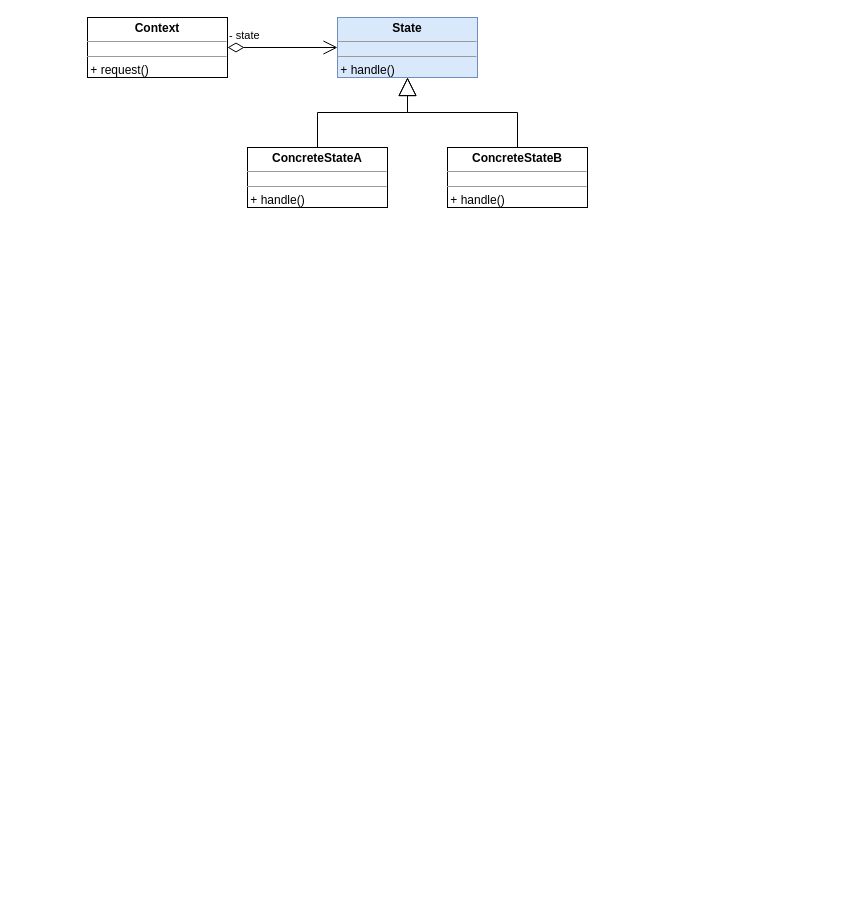
Before: 状态模式.drawio in cxy-abing/designerMethod, a draw.io diagram. Source tidied: cells renumbered, new cells numbered last; positions are measured from the earlier drawing's top-left corner, leaving out a move shared by most shapes. Both pictures are drawn from the tidied source at 100%, with x=0, y=0 at pixel (87, 17).
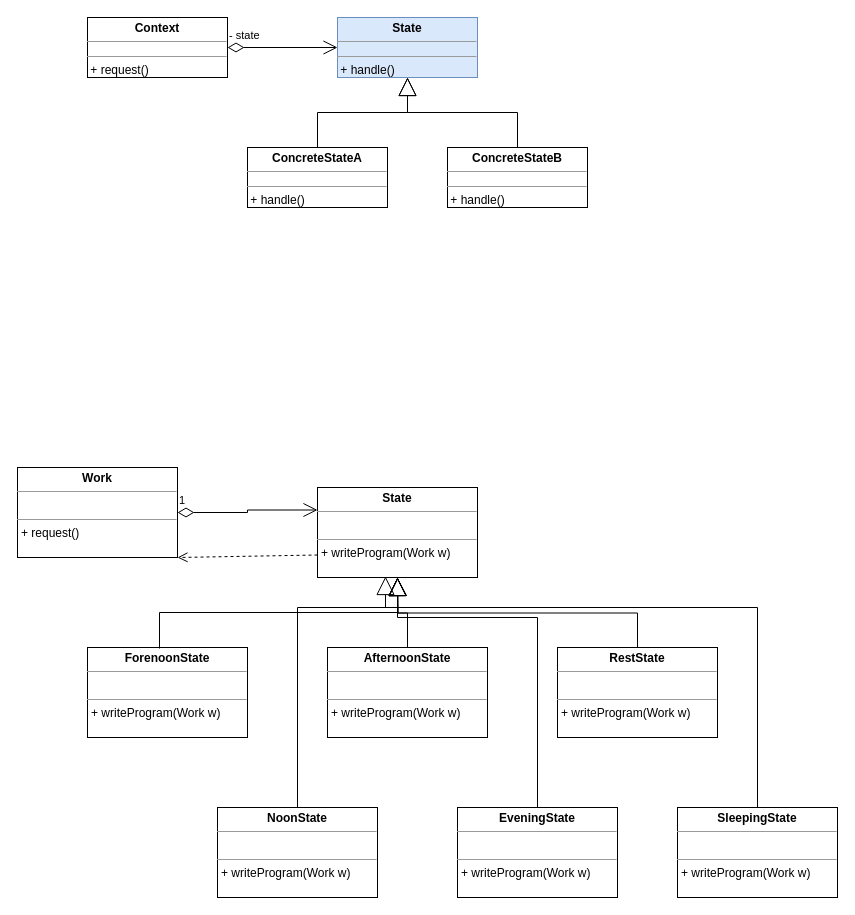
Above is the later version.

Commit message (it also covers changes not shown here):
更新状态模式.drawio

Change to the diagram source:
```diff
@@
+    <mxCell id="9" value="&lt;p style=&quot;margin:0px;margin-top:4px;text-align:center;&quot;&gt;&lt;b&gt;Work&lt;/b&gt;&lt;/p&gt;&lt;hr size=&quot;1&quot;&gt;&lt;p style=&quot;margin:0px;margin-left:4px;&quot;&gt;&lt;br&gt;&lt;/p&gt;&lt;hr size=&quot;1&quot;&gt;&lt;p style=&quot;margin:0px;margin-left:4px;&quot;&gt;+ request()&lt;/p&gt;" style="verticalAlign=top;align=left;overflow=fill;fontSize=12;fontFamily=Helvetica;html=1;whiteSpace=wrap;" parent="1" vertex="1">
+      <mxGeometry x="-70" y="450" width="160" height="90" as="geometry" />
+    </mxCell>
+    <mxCell id="10" value="&lt;p style=&quot;margin:0px;margin-top:4px;text-align:center;&quot;&gt;&lt;b&gt;State&lt;/b&gt;&lt;/p&gt;&lt;hr size=&quot;1&quot;&gt;&lt;p style=&quot;margin:0px;margin-left:4px;&quot;&gt;&lt;br&gt;&lt;/p&gt;&lt;hr size=&quot;1&quot;&gt;&lt;p style=&quot;margin:0px;margin-left:4px;&quot;&gt;+ writeProgram(Work w)&lt;/p&gt;" style="verticalAlign=top;align=left;overflow=fill;fontSize=12;fontFamily=Helvetica;html=1;whiteSpace=wrap;" parent="1" vertex="1">
+      <mxGeometry x="230" y="470" width="160" height="90" as="geometry" />
+    </mxCell>
+    <mxCell id="11" value="&lt;p style=&quot;margin:0px;margin-top:4px;text-align:center;&quot;&gt;&lt;b&gt;ForenoonState&lt;/b&gt;&lt;/p&gt;&lt;hr size=&quot;1&quot;&gt;&lt;p style=&quot;margin:0px;margin-left:4px;&quot;&gt;&lt;br&gt;&lt;/p&gt;&lt;hr size=&quot;1&quot;&gt;&lt;p style=&quot;margin:0px;margin-left:4px;&quot;&gt;+ writeProgram(Work w)&lt;/p&gt;" style="verticalAlign=top;align=left;overflow=fill;fontSize=12;fontFamily=Helvetica;html=1;whiteSpace=wrap;" parent="1" vertex="1">
+      <mxGeometry y="630" width="160" height="90" as="geometry" />
+    </mxCell>
+    <mxCell id="12" value="&lt;p style=&quot;margin:0px;margin-top:4px;text-align:center;&quot;&gt;&lt;b&gt;AfternoonState&lt;/b&gt;&lt;/p&gt;&lt;hr size=&quot;1&quot;&gt;&lt;p style=&quot;margin:0px;margin-left:4px;&quot;&gt;&lt;br&gt;&lt;/p&gt;&lt;hr size=&quot;1&quot;&gt;&lt;p style=&quot;margin:0px;margin-left:4px;&quot;&gt;+ writeProgram(Work w)&lt;/p&gt;" style="verticalAlign=top;align=left;overflow=fill;fontSize=12;fontFamily=Helvetica;html=1;whiteSpace=wrap;" parent="1" vertex="1">
+      <mxGeometry x="240" y="630" width="160" height="90" as="geometry" />
+    </mxCell>
+    <mxCell id="13" value="&lt;p style=&quot;margin:0px;margin-top:4px;text-align:center;&quot;&gt;&lt;b&gt;RestState&lt;/b&gt;&lt;/p&gt;&lt;hr size=&quot;1&quot;&gt;&lt;p style=&quot;margin:0px;margin-left:4px;&quot;&gt;&lt;br&gt;&lt;/p&gt;&lt;hr size=&quot;1&quot;&gt;&lt;p style=&quot;margin:0px;margin-left:4px;&quot;&gt;+ writeProgram(Work w)&lt;/p&gt;" style="verticalAlign=top;align=left;overflow=fill;fontSize=12;fontFamily=Helvetica;html=1;whiteSpace=wrap;" parent="1" vertex="1">
+      <mxGeometry x="470" y="630" width="160" height="90" as="geometry" />
+    </mxCell>
+    <mxCell id="14" value="&lt;p style=&quot;margin:0px;margin-top:4px;text-align:center;&quot;&gt;&lt;b&gt;NoonState&lt;/b&gt;&lt;/p&gt;&lt;hr size=&quot;1&quot;&gt;&lt;p style=&quot;margin:0px;margin-left:4px;&quot;&gt;&lt;br&gt;&lt;/p&gt;&lt;hr size=&quot;1&quot;&gt;&lt;p style=&quot;margin:0px;margin-left:4px;&quot;&gt;+ writeProgram(Work w)&lt;/p&gt;" style="verticalAlign=top;align=left;overflow=fill;fontSize=12;fontFamily=Helvetica;html=1;whiteSpace=wrap;" parent="1" vertex="1">
+      <mxGeometry x="130" y="790" width="160" height="90" as="geometry" />
+    </mxCell>
+    <mxCell id="15" value="&lt;p style=&quot;margin:0px;margin-top:4px;text-align:center;&quot;&gt;&lt;b&gt;EveningState&lt;/b&gt;&lt;/p&gt;&lt;hr size=&quot;1&quot;&gt;&lt;p style=&quot;margin:0px;margin-left:4px;&quot;&gt;&lt;br&gt;&lt;/p&gt;&lt;hr size=&quot;1&quot;&gt;&lt;p style=&quot;margin:0px;margin-left:4px;&quot;&gt;+ writeProgram(Work w)&lt;/p&gt;" style="verticalAlign=top;align=left;overflow=fill;fontSize=12;fontFamily=Helvetica;html=1;whiteSpace=wrap;" parent="1" vertex="1">
+      <mxGeometry x="370" y="790" width="160" height="90" as="geometry" />
+    </mxCell>
+    <mxCell id="16" value="&lt;p style=&quot;margin:0px;margin-top:4px;text-align:center;&quot;&gt;&lt;b&gt;SleepingState&lt;/b&gt;&lt;/p&gt;&lt;hr size=&quot;1&quot;&gt;&lt;p style=&quot;margin:0px;margin-left:4px;&quot;&gt;&lt;br&gt;&lt;/p&gt;&lt;hr size=&quot;1&quot;&gt;&lt;p style=&quot;margin:0px;margin-left:4px;&quot;&gt;+ writeProgram(Work w)&lt;/p&gt;" style="verticalAlign=top;align=left;overflow=fill;fontSize=12;fontFamily=Helvetica;html=1;whiteSpace=wrap;" parent="1" vertex="1">
+      <mxGeometry x="590" y="790" width="160" height="90" as="geometry" />
+    </mxCell>
+    <mxCell id="17" value="1" style="endArrow=open;html=1;endSize=12;startArrow=diamondThin;startSize=14;startFill=0;edgeStyle=orthogonalEdgeStyle;align=left;verticalAlign=bottom;rounded=0;exitX=1;exitY=0.5;exitDx=0;exitDy=0;entryX=0;entryY=0.25;entryDx=0;entryDy=0;" parent="1" edge="1" source="9" target="10">
+      <mxGeometry x="-1" y="3" relative="1" as="geometry" />
+    </mxCell>
+    <mxCell id="18" style="html=1;verticalAlign=bottom;endArrow=open;dashed=1;endSize=8;curved=0;rounded=0;exitX=0;exitY=0.75;exitDx=0;exitDy=0;entryX=1;entryY=1;entryDx=0;entryDy=0;" parent="1" edge="1" source="10" target="9">
+      <mxGeometry relative="1" as="geometry" />
+    </mxCell>
+    <mxCell id="19" style="endArrow=block;endSize=16;endFill=0;html=1;rounded=0;exitX=0.45;exitY=0.011;exitDx=0;exitDy=0;exitPerimeter=0;entryX=0.5;entryY=1;entryDx=0;entryDy=0;edgeStyle=orthogonalEdgeStyle;" parent="1" edge="1" source="11" target="10">
+      <mxGeometry relative="1" as="geometry" />
+    </mxCell>
+    <mxCell id="20" style="endArrow=block;endSize=16;endFill=0;html=1;rounded=0;edgeStyle=orthogonalEdgeStyle;exitX=0.5;exitY=0;exitDx=0;exitDy=0;" parent="1" edge="1" source="12">
+      <mxGeometry relative="1" as="geometry">
+        <mxPoint x="310" y="560" as="targetPoint" />
+      </mxGeometry>
+    </mxCell>
+    <mxCell id="21" style="endArrow=block;endSize=16;endFill=0;html=1;rounded=0;edgeStyle=orthogonalEdgeStyle;exitX=0.5;exitY=0;exitDx=0;exitDy=0;" parent="1" edge="1" source="13">
+      <mxGeometry relative="1" as="geometry">
+        <mxPoint x="310" y="560" as="targetPoint" />
+      </mxGeometry>
+    </mxCell>
+    <mxCell id="22" style="endArrow=block;endSize=16;endFill=0;html=1;rounded=0;edgeStyle=orthogonalEdgeStyle;exitX=0.5;exitY=0;exitDx=0;exitDy=0;entryX=0.5;entryY=1;entryDx=0;entryDy=0;" parent="1" edge="1" source="14" target="10">
+      <mxGeometry relative="1" as="geometry">
+        <Array as="points">
+          <mxPoint x="210" y="590" />
+          <mxPoint x="310" y="590" />
+        </Array>
+      </mxGeometry>
+    </mxCell>
+    <mxCell id="23" style="endArrow=block;endSize=16;endFill=0;html=1;rounded=0;edgeStyle=orthogonalEdgeStyle;exitX=0.5;exitY=0;exitDx=0;exitDy=0;entryX=0.5;entryY=1;entryDx=0;entryDy=0;" parent="1" edge="1" source="15" target="10">
+      <mxGeometry relative="1" as="geometry">
+        <Array as="points">
+          <mxPoint x="450" y="600" />
+          <mxPoint x="310" y="600" />
+        </Array>
+      </mxGeometry>
+    </mxCell>
+    <mxCell id="24" style="endArrow=block;endSize=16;endFill=0;html=1;rounded=0;exitX=0.5;exitY=0;exitDx=0;exitDy=0;entryX=0.425;entryY=0.989;entryDx=0;entryDy=0;entryPerimeter=0;edgeStyle=orthogonalEdgeStyle;" parent="1" edge="1" source="16" target="10">
+      <mxGeometry x="1" y="241" relative="1" as="geometry">
+        <Array as="points">
+          <mxPoint x="670" y="590" />
+          <mxPoint x="298" y="590" />
+        </Array>
+        <mxPoint x="240" y="221" as="offset" />
+      </mxGeometry>
+    </mxCell>
```
